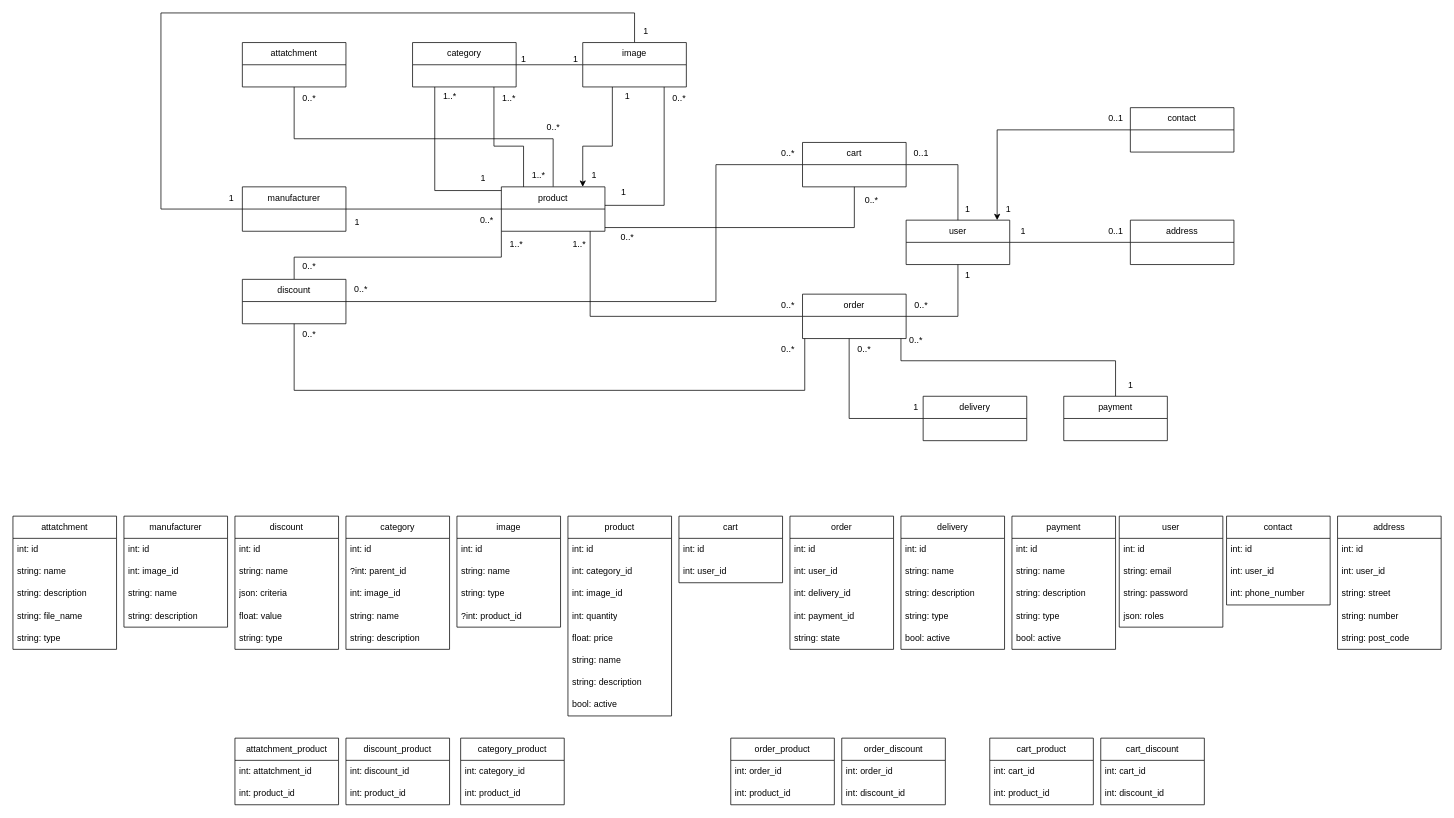
MateuszCzo/Symfony keeps this draw.io diagram as my_shop/Database_Structure.drawio. Above is the earlier version. Source tidied: cells renumbered, new cells numbered last; positions are measured from the earlier drawing's top-left corner, leaving out a move shared by most shapes. Both pictures are drawn from the tidied source at 74%, with x=0, y=0 at pixel (13, 13).
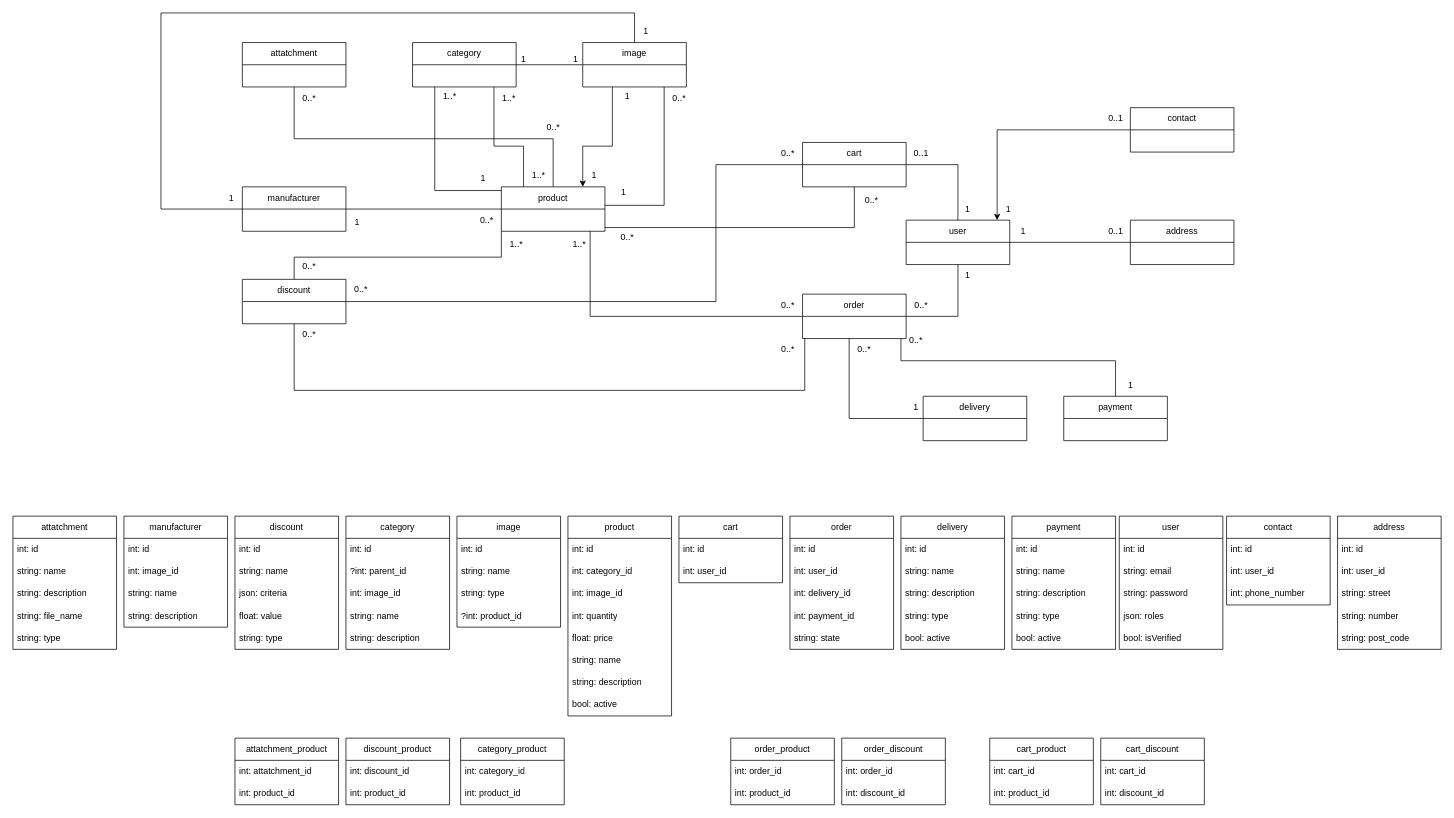
The same diagram, later.

Commit message:
database structure user is verified variable

What changed in the source:
```diff
@@
     <mxCell id="125" value="user" style="swimlane;fontStyle=0;horizontal=1;startSize=30;whiteSpace=wrap;html=1;" parent="1" vertex="1">
-      <mxGeometry x="1495" y="680" width="140" height="150" as="geometry" />
+      <mxGeometry x="1495" y="680" width="140" height="180" as="geometry" />
     </mxCell>
@@
+    <mxCell id="167" value="bool: isVerified" style="text;strokeColor=none;fillColor=none;align=left;verticalAlign=middle;spacingLeft=4;spacingRight=4;overflow=hidden;whiteSpace=wrap;html=1;" parent="125" vertex="1">
+      <mxGeometry y="150" width="140" height="30" as="geometry" />
+    </mxCell>
```
